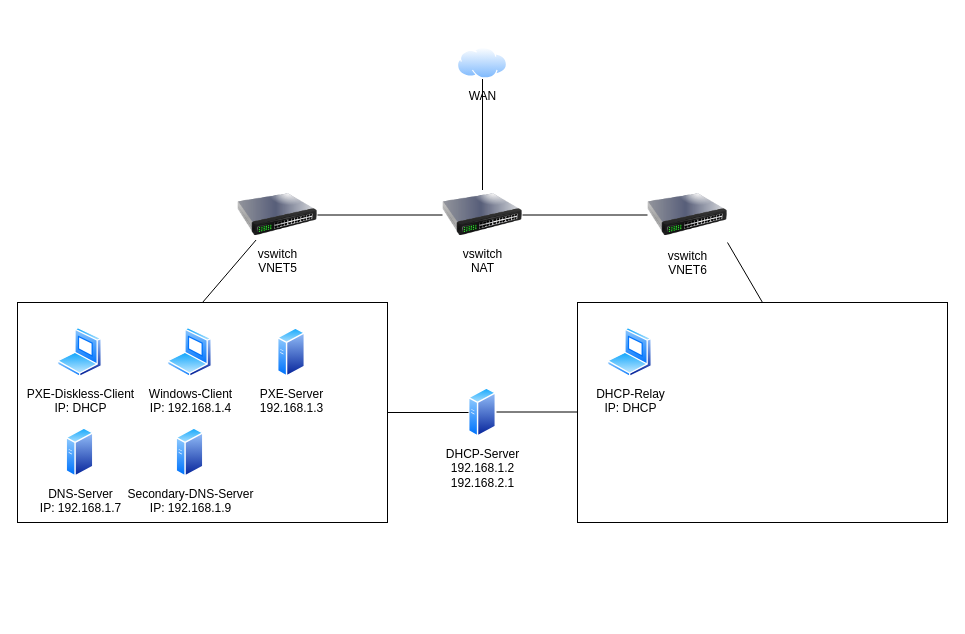
This is docs/dns/praktisch/drawio/netzwerkschama_m300_dns.drawio from Sephley/docs, a draw.io file, before an edit. Source tidied: cells renumbered, new cells numbered last; positions are measured from the earlier drawing's top-left corner, leaving out a move shared by most shapes. Both pictures are drawn from the tidied source at 100%, with x=0, y=0 at pixel (17, 17).
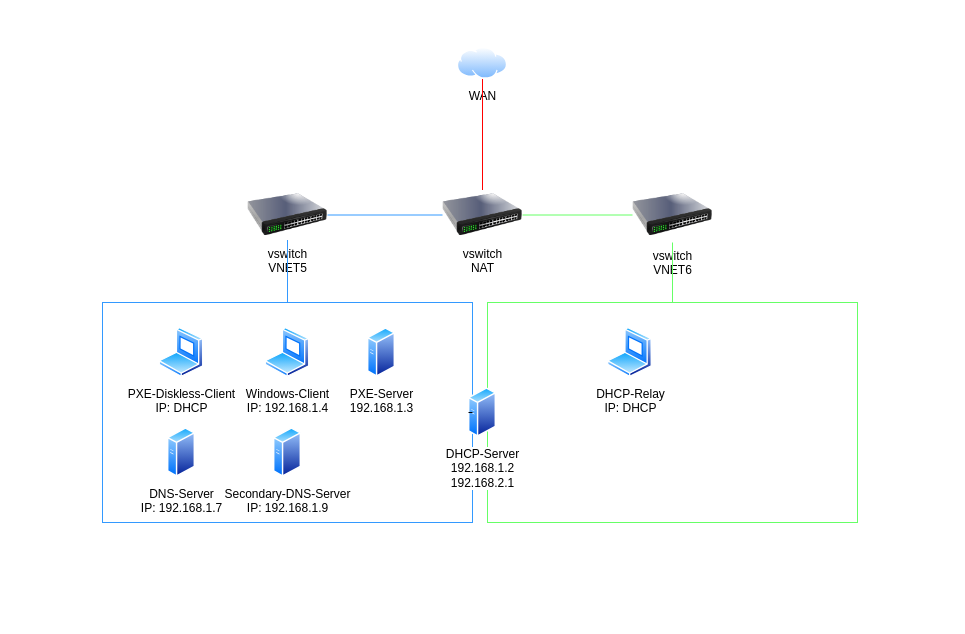
After the change.

Commit message (it also covers changes not shown here):
update network diagram in dns

The change refers to these unchanged cells:
```xml
<mxCell id="5" value="WAN" style="image;perimeter=ellipsePerimeter;html=1;align=center;shadow=0;dashed=0;spacingTop=3;image=img/lib/active_directory/internet_cloud.svg;" parent="1" vertex="1">
  <mxGeometry x="440" y="30" width="50" height="31.5" as="geometry" />
</mxCell>
<mxCell id="16" value="vswitch&lt;br&gt;NAT" style="image;html=1;image=img/lib/clip_art/networking/Switch_128x128.png;" parent="1" vertex="1">
  <mxGeometry x="425" y="172.5" width="80" height="50" as="geometry" />
</mxCell>
```

Diff of the diagram source:
```diff
@@
-    <mxCell id="3" style="rounded=0;whiteSpace=wrap;html=1;" parent="1" vertex="1">
-      <mxGeometry x="560" y="285" width="370" height="220" as="geometry" />
+    <mxCell id="3" style="rounded=0;whiteSpace=wrap;html=1;strokeColor=#66FF66;" parent="1" vertex="1">
+      <mxGeometry x="470" y="285" width="370" height="220" as="geometry" />
     </mxCell>
-    <mxCell id="4" style="rounded=0;whiteSpace=wrap;html=1;" parent="1" vertex="1">
-      <mxGeometry y="285" width="370" height="220" as="geometry" />
+    <mxCell id="4" style="rounded=0;whiteSpace=wrap;html=1;strokeColor=#3399FF;" parent="1" vertex="1">
+      <mxGeometry x="85" y="285" width="370" height="220" as="geometry" />
     </mxCell>
@@
     <mxCell id="6" value="vswitch&lt;br&gt;VNET5" style="image;html=1;image=img/lib/clip_art/networking/Switch_128x128.png;" parent="1" vertex="1">
-      <mxGeometry x="220" y="172.5" width="80" height="50" as="geometry" />
+      <mxGeometry x="230" y="172.5" width="80" height="50" as="geometry" />
     </mxCell>
     <mxCell id="7" value="vswitch&lt;br&gt;VNET6" style="image;html=1;image=img/lib/clip_art/networking/Switch_128x128.png;" parent="1" vertex="1">
-      <mxGeometry x="630" y="170" width="80" height="55" as="geometry" />
+      <mxGeometry x="615" y="170" width="80" height="55" as="geometry" />
     </mxCell>
     <mxCell id="8" value="PXE-Diskless-Client&lt;div&gt;IP: DHCP&lt;/div&gt;" style="image;perimeter=ellipsePerimeter;html=1;align=center;shadow=0;dashed=0;spacingTop=3;image=img/lib/active_directory/laptop_client.svg;" parent="1" vertex="1">
-      <mxGeometry x="40" y="310" width="45" height="50" as="geometry" />
+      <mxGeometry x="141.5" y="310" width="45" height="50" as="geometry" />
     </mxCell>
     <mxCell id="9" value="PXE-Server&lt;br&gt;192.168.1.3" style="image;perimeter=ellipsePerimeter;html=1;align=center;shadow=0;dashed=0;spacingTop=3;image=img/lib/active_directory/generic_server.svg;" parent="1" vertex="1">
-      <mxGeometry x="260" y="310" width="28" height="50" as="geometry" />
+      <mxGeometry x="350" y="310" width="28" height="50" as="geometry" />
     </mxCell>
@@
     <mxCell id="12" value="Windows-Client&lt;br&gt;IP: 192.168.1.4" style="image;perimeter=ellipsePerimeter;html=1;align=center;shadow=0;dashed=0;spacingTop=3;image=img/lib/active_directory/laptop_client.svg;" parent="1" vertex="1">
-      <mxGeometry x="150" y="310" width="45" height="50" as="geometry" />
+      <mxGeometry x="247.5" y="310" width="45" height="50" as="geometry" />
     </mxCell>
-    <mxCell id="13" style="endArrow=none;html=1;rounded=0;exitX=0.5;exitY=0;exitDx=0;exitDy=0;" parent="1" edge="1" source="4" target="6">
+    <mxCell id="13" style="endArrow=none;html=1;rounded=0;exitX=0.5;exitY=0;exitDx=0;exitDy=0;strokeColor=#3399FF;" parent="1" edge="1" source="4" target="6">
       <mxGeometry relative="1" as="geometry" />
     </mxCell>
     <mxCell id="14" value="DNS-Server&lt;br&gt;IP: 192.168.1.7" style="image;perimeter=ellipsePerimeter;html=1;align=center;shadow=0;dashed=0;spacingTop=3;image=img/lib/active_directory/generic_server.svg;" parent="1" vertex="1">
-      <mxGeometry x="48.5" y="410" width="28" height="50" as="geometry" />
+      <mxGeometry x="150" y="410" width="28" height="50" as="geometry" />
     </mxCell>
     <mxCell id="15" value="Secondary-DNS-Server&lt;br&gt;IP: 192.168.1.9" style="image;perimeter=ellipsePerimeter;html=1;align=center;shadow=0;dashed=0;spacingTop=3;image=img/lib/active_directory/generic_server.svg;" parent="1" vertex="1">
-      <mxGeometry x="158.5" y="410" width="28" height="50" as="geometry" />
+      <mxGeometry x="256" y="410" width="28" height="50" as="geometry" />
     </mxCell>
@@
-    <mxCell id="18" style="endArrow=none;html=1;rounded=0;entryX=0;entryY=0.5;entryDx=0;entryDy=0;exitX=1;exitY=0.5;exitDx=0;exitDy=0;" parent="1" edge="1">
-      <mxGeometry relative="1" as="geometry">
-        <mxPoint x="479" y="394.5" as="sourcePoint" />
-        <mxPoint x="560" y="394.5" as="targetPoint" />
-      </mxGeometry>
-    </mxCell>
-    <mxCell id="19" style="endArrow=none;html=1;rounded=0;exitX=0.5;exitY=0;exitDx=0;exitDy=0;entryX=1;entryY=1;entryDx=0;entryDy=0;" parent="1" edge="1" source="3" target="7">
+    <mxCell id="19" style="endArrow=none;html=1;rounded=0;exitX=0.5;exitY=0;exitDx=0;exitDy=0;entryX=0.5;entryY=1;entryDx=0;entryDy=0;fillColor=#60a917;strokeColor=#66FF66;" parent="1" edge="1" source="3" target="7">
       <mxGeometry relative="1" as="geometry" />
     </mxCell>
-    <mxCell id="20" style="endArrow=none;html=1;rounded=0;exitX=1;exitY=0.5;exitDx=0;exitDy=0;entryX=0;entryY=0.5;entryDx=0;entryDy=0;" parent="1" edge="1" source="16" target="7">
+    <mxCell id="20" style="endArrow=none;html=1;rounded=0;exitX=1;exitY=0.5;exitDx=0;exitDy=0;entryX=0;entryY=0.5;entryDx=0;entryDy=0;strokeColor=#66FF66;" parent="1" edge="1" source="16" target="7">
       <mxGeometry relative="1" as="geometry" />
     </mxCell>
-    <mxCell id="21" style="endArrow=none;html=1;rounded=0;exitX=1;exitY=0.5;exitDx=0;exitDy=0;entryX=0;entryY=0.5;entryDx=0;entryDy=0;" parent="1" edge="1" source="6" target="16">
+    <mxCell id="21" style="endArrow=none;html=1;rounded=0;exitX=1;exitY=0.5;exitDx=0;exitDy=0;entryX=0;entryY=0.5;entryDx=0;entryDy=0;strokeColor=#3399FF;" parent="1" edge="1" source="6" target="16">
       <mxGeometry relative="1" as="geometry" />
     </mxCell>
-    <mxCell id="22" style="endArrow=none;html=1;rounded=0;exitX=0.5;exitY=0;exitDx=0;exitDy=0;entryX=0.5;entryY=1;entryDx=0;entryDy=0;" parent="1" edge="1" source="16" target="5">
+    <mxCell id="22" style="endArrow=none;html=1;rounded=0;exitX=0.5;exitY=0;exitDx=0;exitDy=0;entryX=0.5;entryY=1;entryDx=0;entryDy=0;strokeColor=#FF0000;" parent="1" edge="1" source="16" target="5">
       <mxGeometry relative="1" as="geometry" />
     </mxCell>
```
